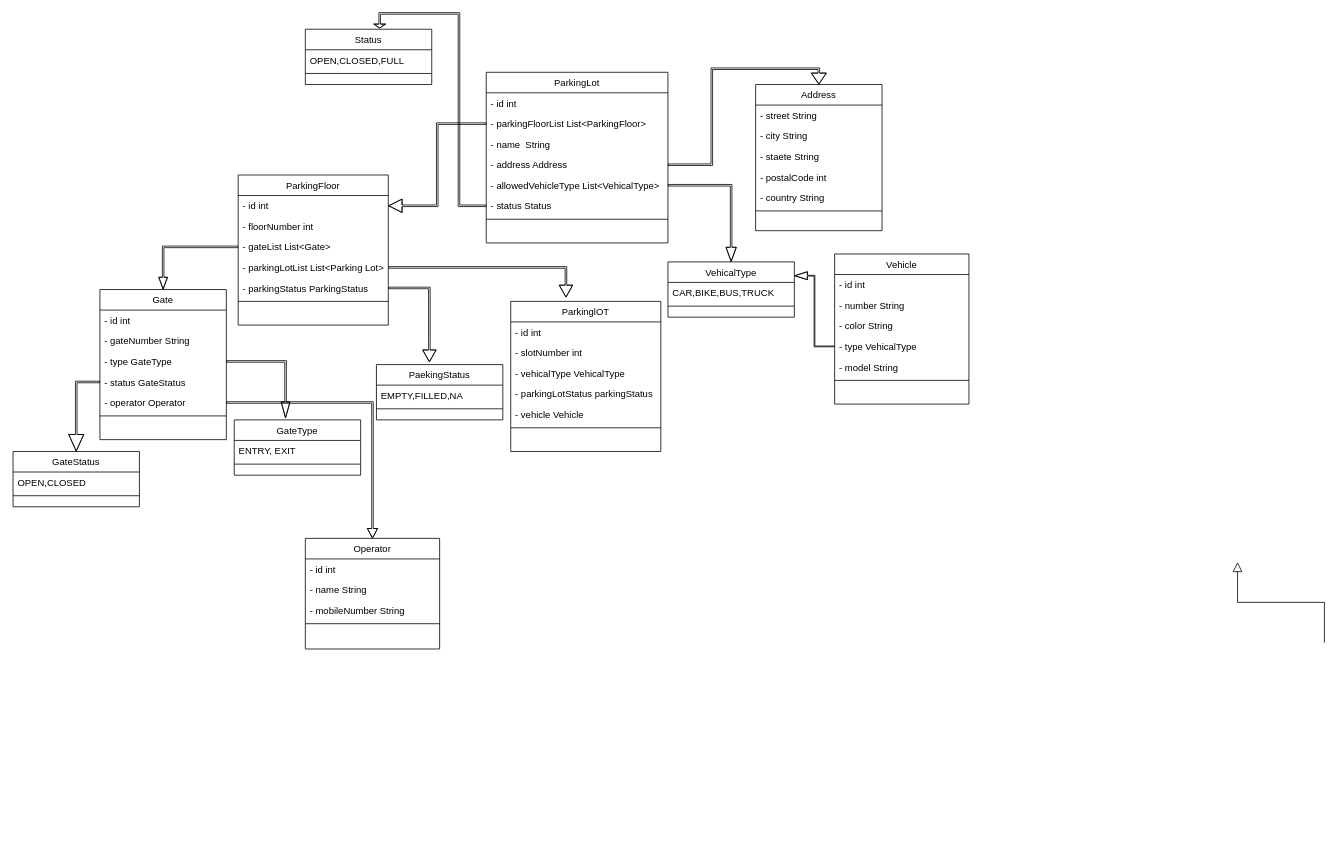
This is Parking Lot.drawio from vishalk-30/git_practice, a draw.io file, before an edit. Source tidied: cells renumbered, new cells numbered last; positions are measured from the earlier drawing's top-left corner, leaving out a move shared by most shapes. Both pictures are drawn from the tidied source at 79%, with x=0, y=0 at pixel (13, 29).
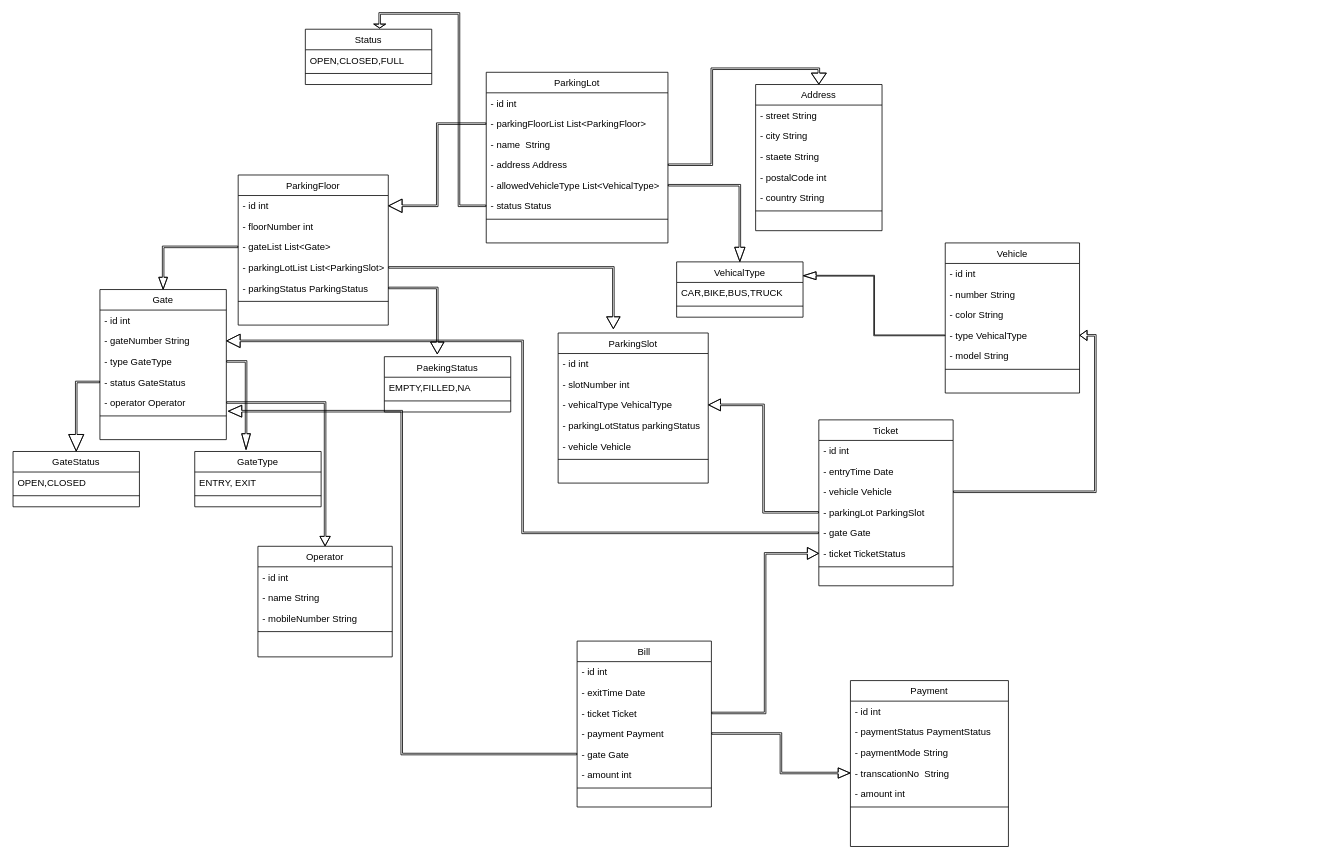
The same diagram, later.

The change refers to these unchanged cells:
```xml
<mxCell id="10" value="ParkingFloor" style="swimlane;fontStyle=0;align=center;verticalAlign=top;horizontal=1;startSize=26;rounded=0;shadow=0;strokeWidth=1;" parent="1" vertex="1">
  <mxGeometry x="285" y="184" width="190" height="190" as="geometry" />
</mxCell>
<mxCell id="40" value="- vehicalType VehicalType" style="text;align=left;verticalAlign=top;spacingLeft=4;spacingRight=4;overflow=hidden;points=[[0,0.5],[1,0.5]];portConstraint=eastwest;" parent="37" vertex="1">
  <mxGeometry y="78" width="190" height="26" as="geometry" />
</mxCell>
<mxCell id="48" value="- type VehicalType" style="text;align=left;verticalAlign=top;spacingLeft=4;spacingRight=4;overflow=hidden;points=[[0,0.5],[1,0.5]];portConstraint=eastwest;rounded=0;shadow=0;html=0;" parent="44" vertex="1">
  <mxGeometry y="104" width="170" height="26" as="geometry" />
</mxCell>
<mxCell id="53" value="- gateNumber String" style="text;align=left;verticalAlign=top;spacingLeft=4;spacingRight=4;overflow=hidden;points=[[0,0.5],[1,0.5]];portConstraint=eastwest;rounded=0;shadow=0;html=0;" parent="51" vertex="1">
  <mxGeometry y="52" width="160" height="26" as="geometry" />
</mxCell>
<mxCell id="56" value="- operator Operator" style="text;align=left;verticalAlign=top;spacingLeft=4;spacingRight=4;overflow=hidden;points=[[0,0.5],[1,0.5]];portConstraint=eastwest;rounded=0;shadow=0;html=0;" parent="51" vertex="1">
  <mxGeometry y="130" width="160" height="26" as="geometry" />
</mxCell>
```

What changed in the source:
```diff
@@
-<mxGraphModel>
+<mxGraphModel background="#FFFFFF">
@@
-    <mxCell id="14" value="- parkingLotList List&lt;Parking Lot&gt;  " style="text;align=left;verticalAlign=top;spacingLeft=4;spacingRight=4;overflow=hidden;points=[[0,0.5],[1,0.5]];portConstraint=eastwest;" parent="10" vertex="1">
+    <mxCell id="14" value="- parkingLotList List&lt;ParkingSlot&gt;  " style="text;align=left;verticalAlign=top;spacingLeft=4;spacingRight=4;overflow=hidden;points=[[0,0.5],[1,0.5]];portConstraint=eastwest;" parent="10" vertex="1">
       <mxGeometry y="104" width="190" height="26" as="geometry" />
     </mxCell>
@@
     <mxCell id="17" value="VehicalType" style="swimlane;fontStyle=0;align=center;verticalAlign=top;horizontal=1;startSize=26;rounded=0;shadow=0;strokeWidth=1;" parent="1" vertex="1">
-      <mxGeometry x="829" y="294" width="160" height="70" as="geometry" />
+      <mxGeometry x="840" y="294" width="160" height="70" as="geometry" />
     </mxCell>
@@
-    <mxCell id="27" style="endArrow=block;endSize=10;endFill=0;shadow=0;strokeWidth=1;rounded=0;edgeStyle=elbowEdgeStyle;elbow=vertical;" parent="1" edge="1">
-      <mxGeometry relative="1" as="geometry">
-        <mxPoint x="1660" y="776" as="sourcePoint" />
-        <mxPoint x="1550" y="674" as="targetPoint" />
-      </mxGeometry>
-    </mxCell>
@@
     <mxCell id="33" value="PaekingStatus" style="swimlane;fontStyle=0;align=center;verticalAlign=top;horizontal=1;startSize=26;rounded=0;shadow=0;strokeWidth=1;" parent="1" vertex="1">
-      <mxGeometry x="460" y="424" width="160" height="70" as="geometry" />
+      <mxGeometry x="470" y="414" width="160" height="70" as="geometry" />
     </mxCell>
@@
-    <mxCell id="37" value="ParkinglOT" style="swimlane;fontStyle=0;align=center;verticalAlign=top;horizontal=1;startSize=26;rounded=0;shadow=0;strokeWidth=1;" parent="1" vertex="1">
-      <mxGeometry x="630" y="344" width="190" height="190" as="geometry" />
+    <mxCell id="37" value="ParkingSlot" style="swimlane;fontStyle=0;align=center;verticalAlign=top;horizontal=1;startSize=26;rounded=0;shadow=0;strokeWidth=1;" parent="1" vertex="1">
+      <mxGeometry x="690" y="384" width="190" height="190" as="geometry" />
     </mxCell>
@@
     <mxCell id="44" value="Vehicle" style="swimlane;fontStyle=0;align=center;verticalAlign=top;horizontal=1;startSize=26;rounded=0;shadow=0;strokeWidth=1;" parent="1" vertex="1">
-      <mxGeometry x="1040" y="284" width="170" height="190" as="geometry" />
+      <mxGeometry x="1180" y="270" width="170" height="190" as="geometry" />
     </mxCell>
@@
     <mxCell id="61" value="GateType" style="swimlane;fontStyle=0;align=center;verticalAlign=top;horizontal=1;startSize=26;rounded=0;shadow=0;strokeWidth=1;" parent="1" vertex="1">
-      <mxGeometry x="280" y="494" width="160" height="70" as="geometry" />
+      <mxGeometry x="230" y="534" width="160" height="70" as="geometry" />
     </mxCell>
@@
     <mxCell id="71" value="Operator" style="swimlane;fontStyle=0;align=center;verticalAlign=top;horizontal=1;startSize=26;rounded=0;shadow=0;strokeWidth=1;" parent="1" vertex="1">
-      <mxGeometry x="370" y="644" width="170" height="140" as="geometry" />
+      <mxGeometry x="310" y="654" width="170" height="140" as="geometry" />
     </mxCell>
@@
+    <mxCell id="77" value="Ticket" style="swimlane;fontStyle=0;align=center;verticalAlign=top;horizontal=1;startSize=26;rounded=0;shadow=0;strokeWidth=1;" parent="1" vertex="1">
+      <mxGeometry x="1020" y="494" width="170" height="210" as="geometry" />
+    </mxCell>
+    <mxCell id="78" value="- id int " style="text;align=left;verticalAlign=top;spacingLeft=4;spacingRight=4;overflow=hidden;rounded=0;shadow=0;html=0;" parent="77" vertex="1">
+      <mxGeometry y="26" width="170" height="26" as="geometry" />
+    </mxCell>
+    <mxCell id="79" value="- entryTime Date" style="text;align=left;verticalAlign=top;spacingLeft=4;spacingRight=4;overflow=hidden;rounded=0;shadow=0;html=0;" parent="77" vertex="1">
+      <mxGeometry y="52" width="170" height="26" as="geometry" />
+    </mxCell>
+    <mxCell id="80" value="- vehicle Vehicle" style="text;align=left;verticalAlign=top;spacingLeft=4;spacingRight=4;overflow=hidden;points=[[0,0.5],[1,0.5]];portConstraint=eastwest;rounded=0;shadow=0;html=0;" parent="77" vertex="1">
+      <mxGeometry y="78" width="170" height="26" as="geometry" />
+    </mxCell>
+    <mxCell id="81" value="- parkingLot ParkingSlot" style="text;align=left;verticalAlign=top;spacingLeft=4;spacingRight=4;overflow=hidden;points=[[0,0.5],[1,0.5]];portConstraint=eastwest;rounded=0;shadow=0;html=0;" parent="77" vertex="1">
+      <mxGeometry y="104" width="170" height="26" as="geometry" />
+    </mxCell>
+    <mxCell id="82" value="- gate Gate" style="text;align=left;verticalAlign=top;spacingLeft=4;spacingRight=4;overflow=hidden;points=[[0,0.5],[1,0.5]];portConstraint=eastwest;rounded=0;shadow=0;html=0;" parent="77" vertex="1">
+      <mxGeometry y="130" width="170" height="26" as="geometry" />
+    </mxCell>
+    <mxCell id="83" value="- ticket TicketStatus" style="text;align=left;verticalAlign=top;spacingLeft=4;spacingRight=4;overflow=hidden;points=[[0,0.5],[1,0.5]];portConstraint=eastwest;rounded=0;shadow=0;html=0;" parent="77" vertex="1">
+      <mxGeometry y="156" width="170" height="26" as="geometry" />
+    </mxCell>
+    <mxCell id="84" style="line;html=1;strokeWidth=1;align=left;verticalAlign=middle;spacingTop=-1;spacingLeft=3;spacingRight=3;labelPosition=right;" parent="77" vertex="1">
+      <mxGeometry y="182" width="170" height="8" as="geometry" />
+    </mxCell>
+    <mxCell id="85" style="edgeStyle=orthogonalEdgeStyle;shape=flexArrow;rounded=0;jettySize=auto;html=1;entryX=1;entryY=0.5;entryDx=0;entryDy=0;endWidth=10;endSize=2.67;width=2;" parent="1" edge="1" source="80" target="48">
+      <mxGeometry relative="1" as="geometry" />
+    </mxCell>
+    <mxCell id="86" style="edgeStyle=orthogonalEdgeStyle;shape=flexArrow;rounded=0;jettySize=auto;html=1;entryX=1;entryY=0.5;entryDx=0;entryDy=0;endWidth=12;endSize=4.67;width=2;" parent="1" edge="1" source="81" target="40">
+      <mxGeometry relative="1" as="geometry" />
+    </mxCell>
+    <mxCell id="87" style="edgeStyle=orthogonalEdgeStyle;shape=flexArrow;rounded=0;jettySize=auto;html=1;endWidth=14;endSize=5.33;width=2;" parent="1" edge="1" source="82" target="53">
+      <mxGeometry relative="1" as="geometry" />
+    </mxCell>
+    <mxCell id="88" value="Bill" style="swimlane;fontStyle=0;align=center;verticalAlign=top;horizontal=1;startSize=26;rounded=0;shadow=0;strokeWidth=1;" parent="1" vertex="1">
+      <mxGeometry x="714" y="774" width="170" height="210" as="geometry" />
+    </mxCell>
+    <mxCell id="89" value="- id int " style="text;align=left;verticalAlign=top;spacingLeft=4;spacingRight=4;overflow=hidden;rounded=0;shadow=0;html=0;" parent="88" vertex="1">
+      <mxGeometry y="26" width="170" height="26" as="geometry" />
+    </mxCell>
+    <mxCell id="90" value="- exitTime Date" style="text;align=left;verticalAlign=top;spacingLeft=4;spacingRight=4;overflow=hidden;rounded=0;shadow=0;html=0;" parent="88" vertex="1">
+      <mxGeometry y="52" width="170" height="26" as="geometry" />
+    </mxCell>
+    <mxCell id="91" value="- ticket Ticket" style="text;align=left;verticalAlign=top;spacingLeft=4;spacingRight=4;overflow=hidden;points=[[0,0.5],[1,0.5]];portConstraint=eastwest;rounded=0;shadow=0;html=0;" parent="88" vertex="1">
+      <mxGeometry y="78" width="170" height="26" as="geometry" />
+    </mxCell>
+    <mxCell id="92" value="- payment Payment" style="text;align=left;verticalAlign=top;spacingLeft=4;spacingRight=4;overflow=hidden;points=[[0,0.5],[1,0.5]];portConstraint=eastwest;rounded=0;shadow=0;html=0;" parent="88" vertex="1">
+      <mxGeometry y="104" width="170" height="26" as="geometry" />
+    </mxCell>
+    <mxCell id="93" value="- gate Gate" style="text;align=left;verticalAlign=top;spacingLeft=4;spacingRight=4;overflow=hidden;points=[[0,0.5],[1,0.5]];portConstraint=eastwest;rounded=0;shadow=0;html=0;" parent="88" vertex="1">
+      <mxGeometry y="130" width="170" height="26" as="geometry" />
+    </mxCell>
+    <mxCell id="94" value="- amount int " style="text;align=left;verticalAlign=top;spacingLeft=4;spacingRight=4;overflow=hidden;rounded=0;shadow=0;html=0;" parent="88" vertex="1">
+      <mxGeometry y="156" width="170" height="26" as="geometry" />
+    </mxCell>
+    <mxCell id="95" style="line;html=1;strokeWidth=1;align=left;verticalAlign=middle;spacingTop=-1;spacingLeft=3;spacingRight=3;labelPosition=right;" parent="88" vertex="1">
+      <mxGeometry y="182" width="170" height="8" as="geometry" />
+    </mxCell>
+    <mxCell id="96" value="Payment" style="swimlane;fontStyle=0;align=center;verticalAlign=top;horizontal=1;startSize=26;rounded=0;shadow=0;strokeWidth=1;" parent="1" vertex="1">
+      <mxGeometry x="1060" y="824" width="200" height="210" as="geometry" />
+    </mxCell>
+    <mxCell id="97" value="- id int " style="text;align=left;verticalAlign=top;spacingLeft=4;spacingRight=4;overflow=hidden;rounded=0;shadow=0;html=0;" parent="96" vertex="1">
+      <mxGeometry y="26" width="200" height="26" as="geometry" />
+    </mxCell>
+    <mxCell id="98" value="- paymentStatus PaymentStatus" style="text;align=left;verticalAlign=top;spacingLeft=4;spacingRight=4;overflow=hidden;rounded=0;shadow=0;html=0;" parent="96" vertex="1">
+      <mxGeometry y="52" width="200" height="26" as="geometry" />
+    </mxCell>
+    <mxCell id="99" value="- paymentMode String " style="text;align=left;verticalAlign=top;spacingLeft=4;spacingRight=4;overflow=hidden;rounded=0;shadow=0;html=0;" parent="96" vertex="1">
+      <mxGeometry y="78" width="200" height="26" as="geometry" />
+    </mxCell>
+    <mxCell id="100" value="- transcationNo  String" style="text;align=left;verticalAlign=top;spacingLeft=4;spacingRight=4;overflow=hidden;points=[[0,0.5],[1,0.5]];portConstraint=eastwest;rounded=0;shadow=0;html=0;" parent="96" vertex="1">
+      <mxGeometry y="104" width="200" height="26" as="geometry" />
+    </mxCell>
+    <mxCell id="101" value="- amount int " style="text;align=left;verticalAlign=top;spacingLeft=4;spacingRight=4;overflow=hidden;rounded=0;shadow=0;html=0;" parent="96" vertex="1">
+      <mxGeometry y="130" width="200" height="26" as="geometry" />
+    </mxCell>
+    <mxCell id="102" style="line;html=1;strokeWidth=1;align=left;verticalAlign=middle;spacingTop=-1;spacingLeft=3;spacingRight=3;labelPosition=right;" parent="96" vertex="1">
+      <mxGeometry y="156" width="200" height="8" as="geometry" />
+    </mxCell>
+    <mxCell id="103" style="edgeStyle=orthogonalEdgeStyle;shape=flexArrow;rounded=0;jettySize=auto;html=1;entryX=0;entryY=0.5;entryDx=0;entryDy=0;endWidth=10;endSize=4.67;width=2;" parent="1" edge="1" source="92" target="100">
+      <mxGeometry relative="1" as="geometry" />
+    </mxCell>
+    <mxCell id="104" style="edgeStyle=orthogonalEdgeStyle;shape=flexArrow;rounded=0;jettySize=auto;html=1;entryX=0;entryY=0.5;entryDx=0;entryDy=0;endWidth=12;endSize=4.33;width=2;" parent="1" edge="1" source="91" target="83">
+      <mxGeometry relative="1" as="geometry" />
+    </mxCell>
+    <mxCell id="105" style="edgeStyle=orthogonalEdgeStyle;shape=flexArrow;rounded=0;jettySize=auto;html=1;entryX=1.013;entryY=0.923;entryDx=0;entryDy=0;entryPerimeter=0;endWidth=12;endSize=5.31;width=2;" parent="1" edge="1" source="93" target="56">
+      <mxGeometry relative="1" as="geometry" />
+    </mxCell>
```
